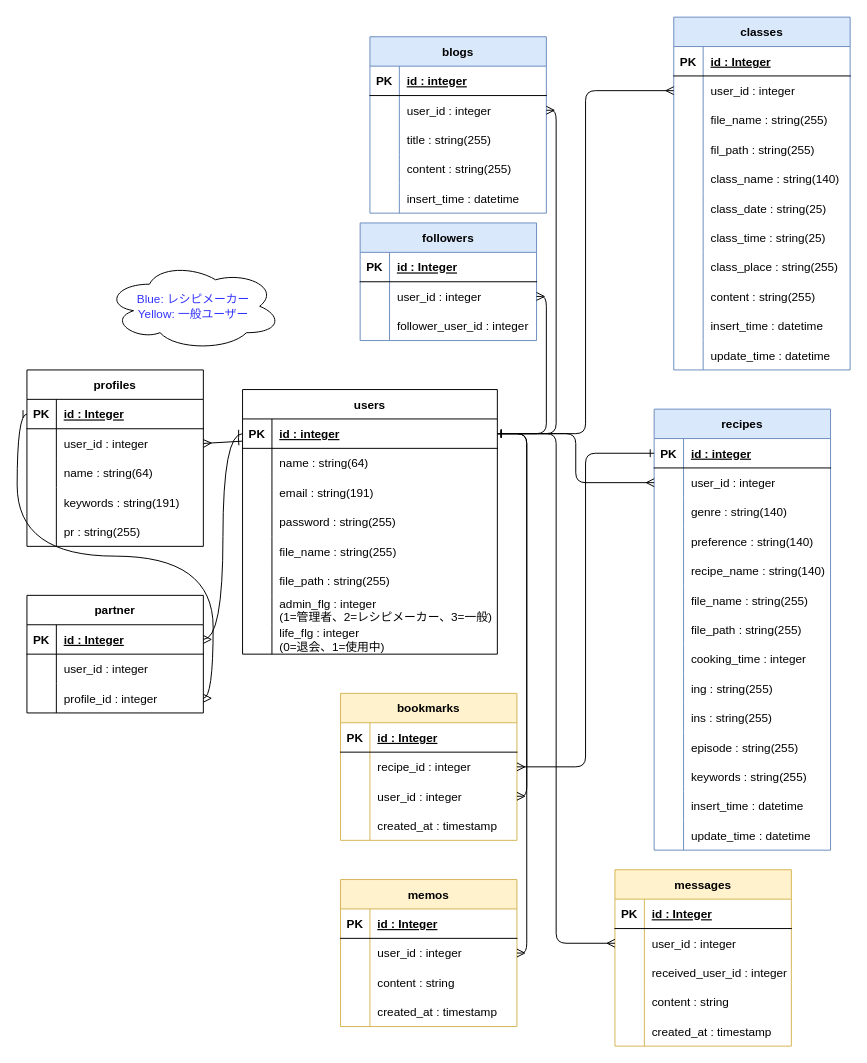
The draw.io diagram kadai11.dio in lily-code77/kadai11_php, before the edit. Source tidied: cells renumbered, new cells numbered last; positions are measured from the earlier drawing's top-left corner, leaving out a move shared by most shapes. Both pictures are drawn from the tidied source at 98%, with x=0, y=0 at pixel (26, 17).
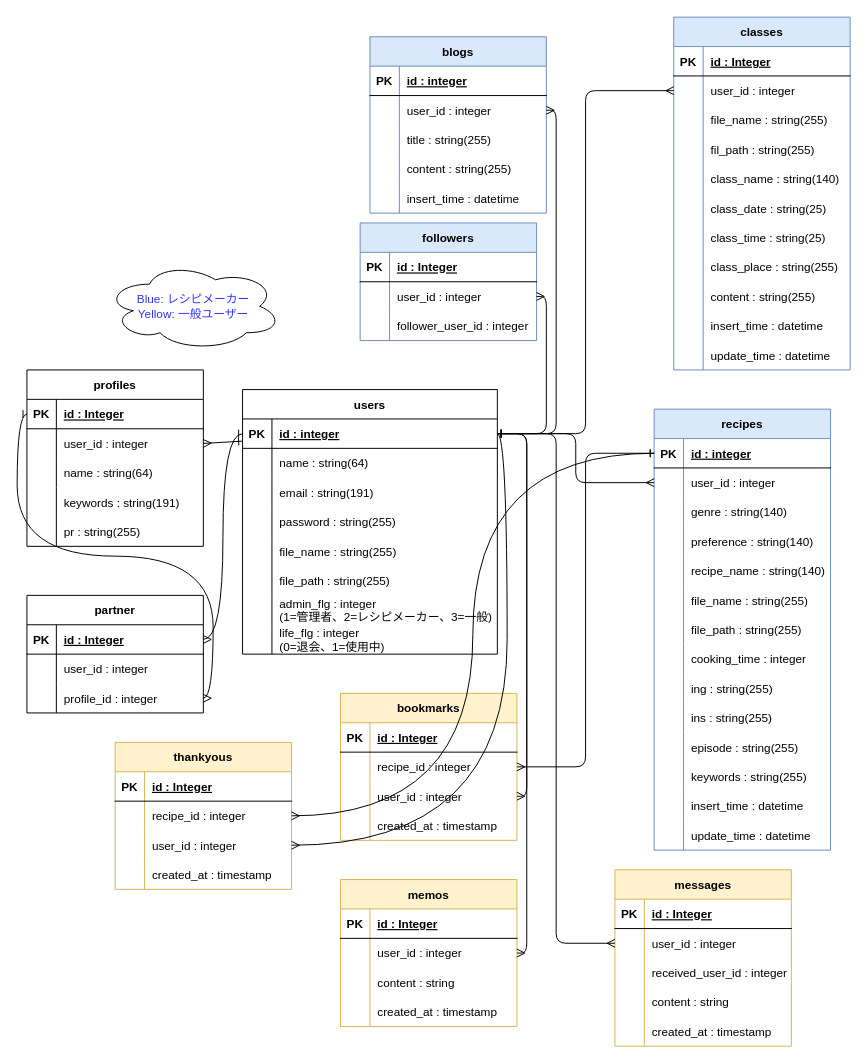
Above is the later version.

The change refers to these unchanged cells:
```xml
<mxCell id="3" style="shape=tableRow;horizontal=0;startSize=0;swimlaneHead=0;swimlaneBody=0;fillColor=none;points=[[0,0.5],[1,0.5]];portConstraint=eastwest;top=0;left=0;right=0;bottom=1;" parent="2" vertex="1">
  <mxGeometry y="30" width="260" height="30" as="geometry" />
</mxCell>
<mxCell id="28" style="shape=tableRow;horizontal=0;startSize=0;swimlaneHead=0;swimlaneBody=0;fillColor=none;points=[[0,0.5],[1,0.5]];portConstraint=eastwest;top=0;left=0;right=0;bottom=1;" parent="27" vertex="1">
  <mxGeometry y="30" width="180" height="30" as="geometry" />
</mxCell>
```

The edit, as a diff of the source:
```diff
@@
+    <mxCell id="210" value="thankyous" style="shape=table;startSize=30;childLayout=tableLayout;rowLines=0;fontStyle=1;align=center;fillColor=#fff2cc;strokeColor=#d6b656;" parent="1" vertex="1">
+      <mxGeometry x="90" y="740" width="180" height="150" as="geometry" />
+    </mxCell>
+    <mxCell id="211" style="shape=tableRow;horizontal=0;startSize=0;swimlaneHead=0;swimlaneBody=0;fillColor=none;top=0;left=0;right=0;bottom=1;" parent="210" vertex="1">
+      <mxGeometry y="30" width="180" height="30" as="geometry" />
+    </mxCell>
+    <mxCell id="212" value="PK" style="shape=partialRectangle;fillColor=none;top=0;left=0;bottom=0;right=0;fontStyle=1;overflow=hidden;" parent="211" vertex="1">
+      <mxGeometry width="30" height="30" as="geometry" />
+    </mxCell>
+    <mxCell id="213" value="id : Integer" style="shape=partialRectangle;fillColor=none;top=0;left=0;bottom=0;right=0;align=left;spacingLeft=6;fontStyle=5;overflow=hidden;" parent="211" vertex="1">
+      <mxGeometry x="30" width="150" height="30" as="geometry" />
+    </mxCell>
+    <mxCell id="214" style="shape=tableRow;horizontal=0;startSize=0;swimlaneHead=0;swimlaneBody=0;fillColor=none;points=[[0,0.5],[1,0.5]];portConstraint=eastwest;top=0;left=0;right=0;bottom=0;" parent="210" vertex="1">
+      <mxGeometry y="60" width="180" height="30" as="geometry" />
+    </mxCell>
+    <mxCell id="215" style="shape=partialRectangle;fillColor=none;top=0;left=0;bottom=0;right=0;overflow=hidden;" parent="214" vertex="1">
+      <mxGeometry width="30" height="30" as="geometry" />
+    </mxCell>
+    <mxCell id="216" value="recipe_id : integer" style="shape=partialRectangle;fillColor=none;top=0;left=0;bottom=0;right=0;align=left;spacingLeft=6;overflow=hidden;" parent="214" vertex="1">
+      <mxGeometry x="30" width="150" height="30" as="geometry" />
+    </mxCell>
+    <mxCell id="217" style="shape=tableRow;horizontal=0;startSize=0;swimlaneHead=0;swimlaneBody=0;fillColor=none;points=[[0,0.5],[1,0.5]];portConstraint=eastwest;top=0;left=0;right=0;bottom=0;" parent="210" vertex="1">
+      <mxGeometry y="90" width="180" height="30" as="geometry" />
+    </mxCell>
+    <mxCell id="218" style="shape=partialRectangle;fillColor=none;top=0;left=0;bottom=0;right=0;overflow=hidden;" parent="217" vertex="1">
+      <mxGeometry width="30" height="30" as="geometry" />
+    </mxCell>
+    <mxCell id="219" value="user_id : integer" style="shape=partialRectangle;fillColor=none;top=0;left=0;bottom=0;right=0;align=left;spacingLeft=6;overflow=hidden;" parent="217" vertex="1">
+      <mxGeometry x="30" width="150" height="30" as="geometry" />
+    </mxCell>
+    <mxCell id="220" style="shape=tableRow;horizontal=0;startSize=0;swimlaneHead=0;swimlaneBody=0;fillColor=none;top=0;left=0;right=0;bottom=0;" parent="210" vertex="1">
+      <mxGeometry y="120" width="180" height="30" as="geometry" />
+    </mxCell>
+    <mxCell id="221" style="shape=partialRectangle;fillColor=none;top=0;left=0;bottom=0;right=0;overflow=hidden;" parent="220" vertex="1">
+      <mxGeometry width="30" height="30" as="geometry" />
+    </mxCell>
+    <mxCell id="222" value="created_at : timestamp" style="shape=partialRectangle;fillColor=none;top=0;left=0;bottom=0;right=0;align=left;spacingLeft=6;overflow=hidden;" parent="220" vertex="1">
+      <mxGeometry x="30" width="150" height="30" as="geometry" />
+    </mxCell>
+    <mxCell id="223" style="edgeStyle=orthogonalEdgeStyle;html=1;entryX=1;entryY=0.5;entryDx=0;entryDy=0;curved=1;startArrow=ERone;startFill=0;endArrow=ERmany;endFill=0;" parent="1" edge="1" source="28" target="214">
+      <mxGeometry relative="1" as="geometry" />
+    </mxCell>
+    <mxCell id="224" style="edgeStyle=orthogonalEdgeStyle;curved=1;html=1;exitX=1;exitY=0.5;exitDx=0;exitDy=0;entryX=1;entryY=0.5;entryDx=0;entryDy=0;startArrow=ERone;startFill=0;endArrow=ERmany;endFill=0;" parent="1" edge="1" source="3" target="217">
+      <mxGeometry relative="1" as="geometry" />
+    </mxCell>
```
